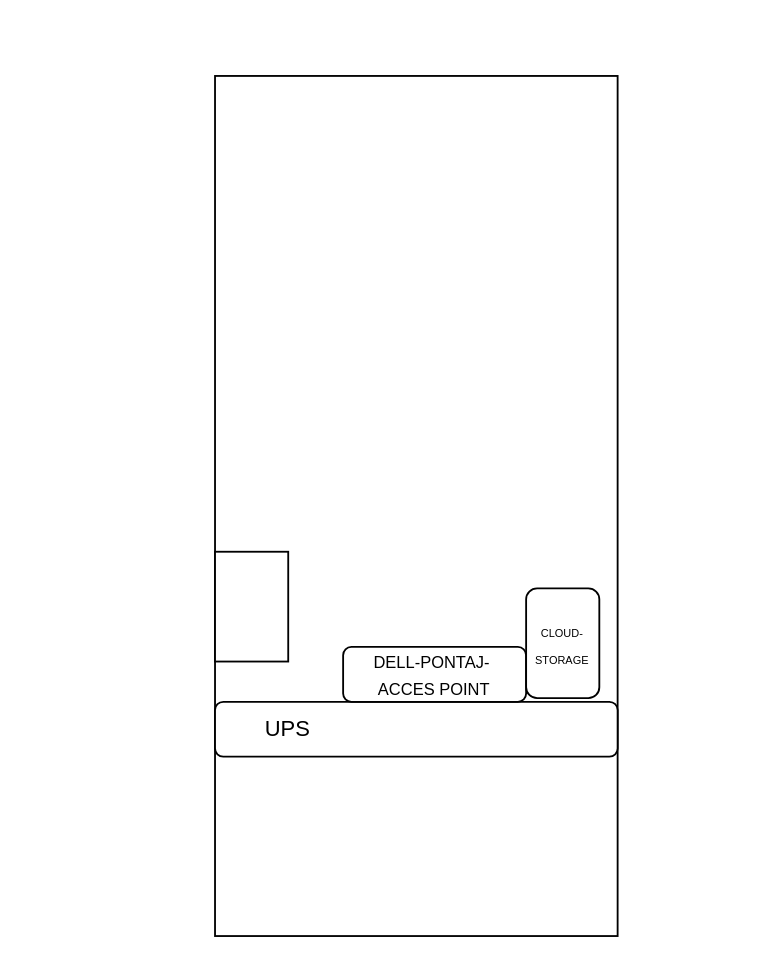
TomaAndreeaCristina/proiect_final keeps this draw.io diagram as page "Page-3" (3 of 3) of Untitled Diagram.drawio. Above is the earlier version. Source tidied: cells renumbered, new cells numbered last; positions are measured from the earlier drawing's top-left corner, leaving out a move shared by most shapes. Both pictures are drawn from the tidied source at 183%, with x=0, y=0 at pixel (214, 75).
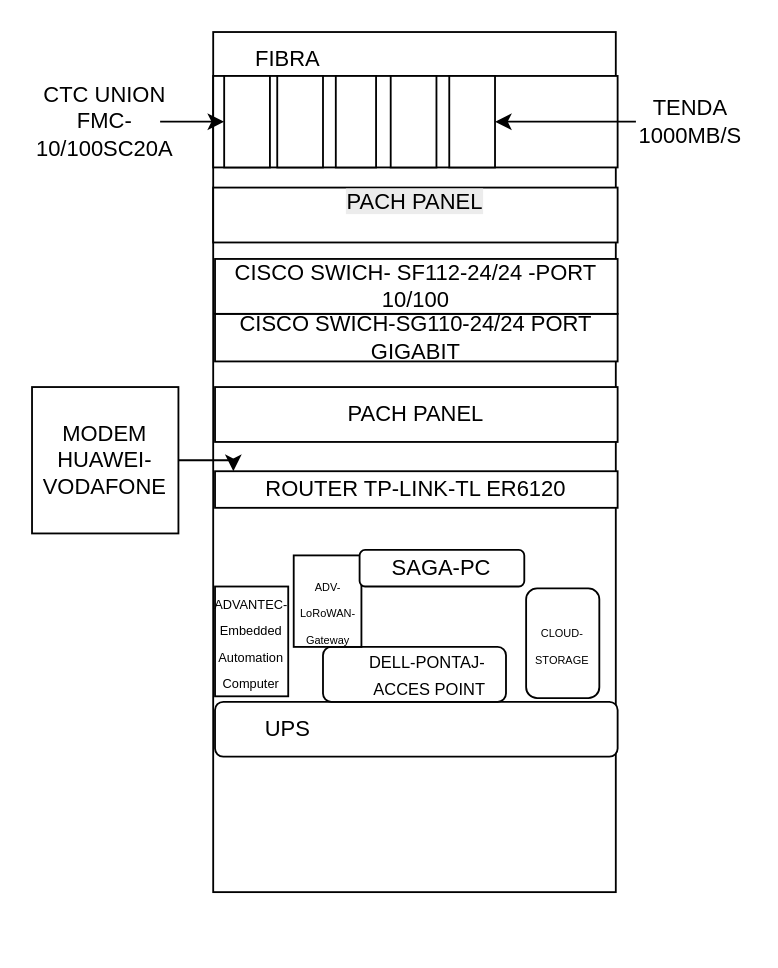
After the change.

The edit, as a diff of the source:
```diff
@@
     <mxCell id="2" style="rounded=0;whiteSpace=wrap;html=1;" parent="1" vertex="1">
-      <mxGeometry width="220" height="470" as="geometry" />
+      <mxGeometry x="-1" y="-24" width="220" height="470" as="geometry" />
     </mxCell>
@@
     <mxCell id="5" style="rounded=1;whiteSpace=wrap;html=1;" parent="1" vertex="1">
-      <mxGeometry x="70" y="312" width="100" height="30" as="geometry" />
+      <mxGeometry x="59" y="312" width="100" height="30" as="geometry" />
     </mxCell>
     <mxCell id="6" value="&lt;font style=&quot;font-size: 9px;&quot;&gt;DELL-PONTAJ-&amp;nbsp; ACCES POINT&lt;/font&gt;" style="text;html=1;whiteSpace=wrap;strokeColor=none;fillColor=none;align=center;verticalAlign=middle;rounded=0;" parent="1" vertex="1">
-      <mxGeometry x="70" y="312" width="100" height="30" as="geometry" />
+      <mxGeometry x="79" y="312" width="77" height="30" as="geometry" />
     </mxCell>
@@
     <mxCell id="8" style="rounded=0;whiteSpace=wrap;html=1;" parent="1" vertex="1">
-      <mxGeometry y="260" width="40" height="60" as="geometry" />
+      <mxGeometry y="279" width="40" height="60" as="geometry" />
     </mxCell>
+    <mxCell id="9" value="&lt;font style=&quot;font-size: 7px;&quot;&gt;ADVANTEC- Embedded Automation Computer&lt;/font&gt;" style="text;html=1;whiteSpace=wrap;strokeColor=none;fillColor=none;align=center;verticalAlign=middle;rounded=0;" parent="1" vertex="1">
+      <mxGeometry x="-10" y="294" width="60" height="30" as="geometry" />
+    </mxCell>
+    <mxCell id="10" style="rounded=0;whiteSpace=wrap;html=1;" parent="1" vertex="1">
+      <mxGeometry x="43" y="262" width="37" height="50" as="geometry" />
+    </mxCell>
+    <mxCell id="11" value="&lt;blockquote&gt;&lt;font style=&quot;font-size: 6px; line-height: 5.4px;&quot;&gt;ADV- Lo&lt;/font&gt;&lt;font style=&quot;line-height: 5.4px; font-size: 6px;&quot;&gt;RoWAN-Gate&lt;/font&gt;&lt;font style=&quot;font-size: 6px; line-height: 5.4px;&quot;&gt;way&lt;/font&gt;&lt;/blockquote&gt;" style="text;html=1;whiteSpace=wrap;strokeColor=none;fillColor=none;align=center;verticalAlign=middle;rounded=0;" parent="1" vertex="1">
+      <mxGeometry x="32" y="284" width="60" height="15" as="geometry" />
+    </mxCell>
+    <mxCell id="12" value="SAGA-PC" style="rounded=1;whiteSpace=wrap;html=1;" parent="1" vertex="1">
+      <mxGeometry x="79" y="259" width="90" height="20" as="geometry" />
+    </mxCell>
+    <mxCell id="13" value="ROUTER TP-LINK-TL ER6120" style="rounded=0;whiteSpace=wrap;html=1;" parent="1" vertex="1">
+      <mxGeometry y="216" width="220" height="20" as="geometry" />
+    </mxCell>
+    <mxCell id="14" value="PACH PANEL" style="rounded=0;whiteSpace=wrap;html=1;" parent="1" vertex="1">
+      <mxGeometry y="170" width="220" height="30" as="geometry" />
+    </mxCell>
+    <mxCell id="15" style="edgeStyle=orthogonalEdgeStyle;rounded=0;jettySize=auto;html=1;" parent="1" edge="1" source="16" target="13">
+      <mxGeometry relative="1" as="geometry">
+        <Array as="points">
+          <mxPoint x="10" y="210" />
+        </Array>
+      </mxGeometry>
+    </mxCell>
+    <mxCell id="16" value="MODEM HUAWEI-VODAFONE" style="whiteSpace=wrap;html=1;" parent="1" vertex="1">
+      <mxGeometry x="-100" y="170" width="80" height="80" as="geometry" />
+    </mxCell>
+    <mxCell id="17" value="CISCO SWICH-SG110-24/24 PORT GIGABIT" style="rounded=0;whiteSpace=wrap;html=1;" parent="1" vertex="1">
+      <mxGeometry y="130" width="220" height="26" as="geometry" />
+    </mxCell>
+    <mxCell id="18" value="CISCO SWICH- SF112-24/24 -PORT 10/100" style="rounded=0;whiteSpace=wrap;html=1;" parent="1" vertex="1">
+      <mxGeometry y="100" width="220" height="30" as="geometry" />
+    </mxCell>
+    <mxCell id="19" value="&#10;&lt;span style=&quot;color: rgb(0, 0, 0); font-family: Helvetica; font-size: 12px; font-style: normal; font-variant-ligatures: normal; font-variant-caps: normal; font-weight: 400; letter-spacing: normal; orphans: 2; text-align: center; text-indent: 0px; text-transform: none; widows: 2; word-spacing: 0px; -webkit-text-stroke-width: 0px; white-space: normal; background-color: rgb(236, 236, 236); text-decoration-thickness: initial; text-decoration-style: initial; text-decoration-color: initial; display: inline !important; float: none;&quot;&gt;PACH PANEL&lt;/span&gt;&#10;&#10;" style="rounded=0;whiteSpace=wrap;html=1;" parent="1" vertex="1">
+      <mxGeometry x="-1" y="61" width="221" height="30" as="geometry" />
+    </mxCell>
+    <mxCell id="20" style="rounded=0;whiteSpace=wrap;html=1;" parent="1" vertex="1">
+      <mxGeometry x="-1" width="221" height="50" as="geometry" />
+    </mxCell>
+    <mxCell id="21" value="FIBRA" style="text;html=1;whiteSpace=wrap;strokeColor=none;fillColor=none;align=center;verticalAlign=middle;rounded=0;" parent="1" vertex="1">
+      <mxGeometry x="10" y="-24" width="60" height="30" as="geometry" />
+    </mxCell>
+    <mxCell id="22" style="rounded=0;whiteSpace=wrap;html=1;direction=south;" parent="1" vertex="1">
+      <mxGeometry x="5" width="25" height="50" as="geometry" />
+    </mxCell>
+    <mxCell id="23" style="rounded=0;whiteSpace=wrap;html=1;direction=south;" parent="1" vertex="1">
+      <mxGeometry x="34" width="25" height="50" as="geometry" />
+    </mxCell>
+    <mxCell id="24" style="rounded=0;whiteSpace=wrap;html=1;direction=south;" parent="1" vertex="1">
+      <mxGeometry x="66" width="22" height="50" as="geometry" />
+    </mxCell>
+    <mxCell id="25" style="rounded=0;whiteSpace=wrap;html=1;direction=south;" parent="1" vertex="1">
+      <mxGeometry x="96" width="25" height="50" as="geometry" />
+    </mxCell>
+    <mxCell id="26" style="rounded=0;whiteSpace=wrap;html=1;direction=south;" parent="1" vertex="1">
+      <mxGeometry x="128" width="25" height="50" as="geometry" />
+    </mxCell>
+    <mxCell id="27" style="edgeStyle=orthogonalEdgeStyle;rounded=0;jettySize=auto;html=1;entryX=0.5;entryY=1;entryDx=0;entryDy=0;" parent="1" edge="1" source="28" target="22">
+      <mxGeometry relative="1" as="geometry" />
+    </mxCell>
+    <mxCell id="28" value="CTC UNION FMC- 10/100SC20A" style="text;html=1;whiteSpace=wrap;strokeColor=none;fillColor=none;align=center;verticalAlign=middle;rounded=0;" parent="1" vertex="1">
+      <mxGeometry x="-90" y="10" width="60" height="30" as="geometry" />
+    </mxCell>
+    <mxCell id="29" style="edgeStyle=orthogonalEdgeStyle;rounded=0;jettySize=auto;html=1;" parent="1" edge="1" source="30" target="26">
+      <mxGeometry relative="1" as="geometry" />
+    </mxCell>
+    <mxCell id="30" value="TENDA 1000MB/S" style="text;html=1;whiteSpace=wrap;strokeColor=none;fillColor=none;align=center;verticalAlign=middle;rounded=0;" parent="1" vertex="1">
+      <mxGeometry x="230" y="10" width="60" height="30" as="geometry" />
+    </mxCell>
```
